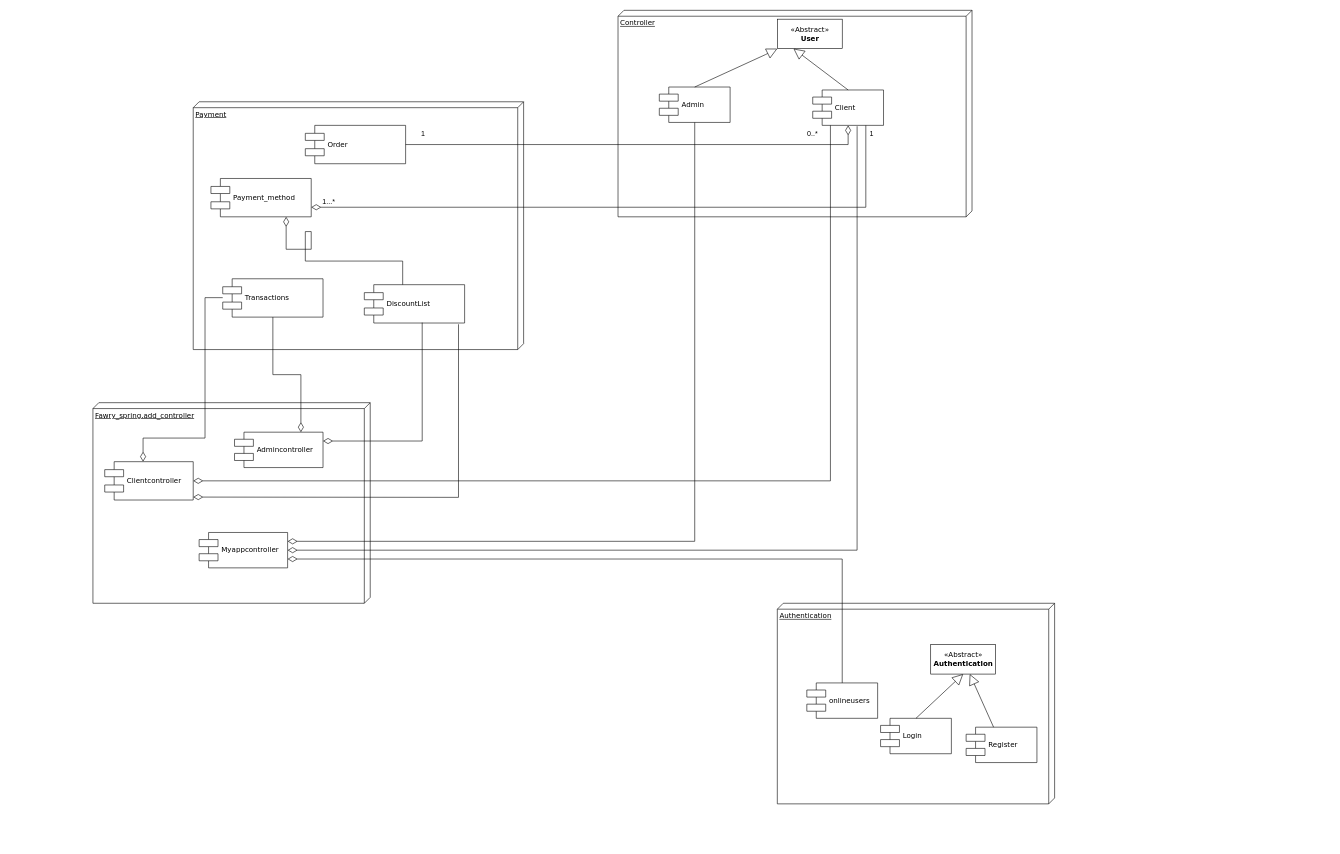
Earlier version of the draw.io diagram Diagrams/subsyestem_diagram/subsystem_diagram.drawio (AbdelrahmanTelabrak/FCAI-Phase2_FawrySystem). Source tidied: cells renumbered, new cells numbered last; positions are measured from the earlier drawing's top-left corner, leaving out a move shared by most shapes. Both pictures are drawn from the tidied source at 59%, with x=0, y=0 at pixel (93, 10).
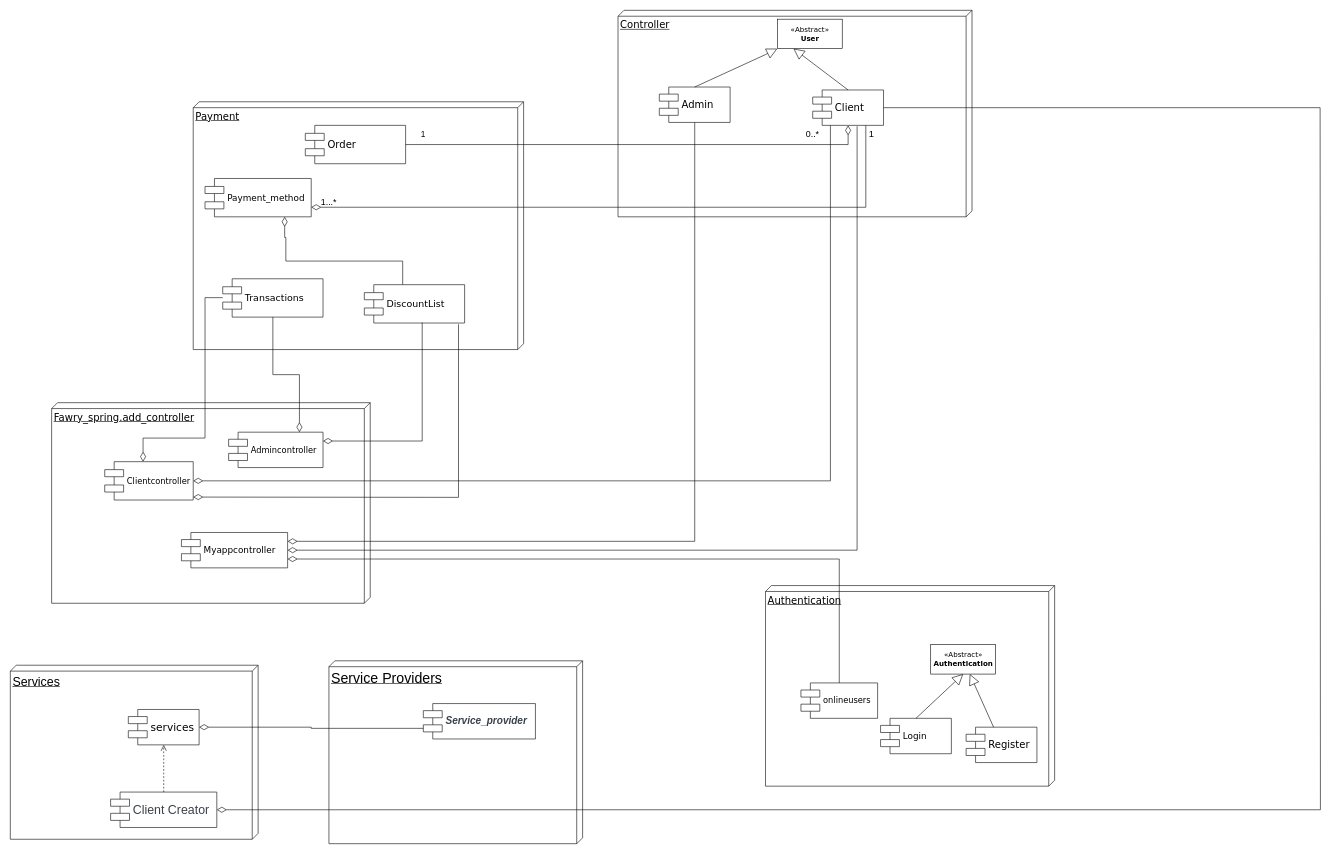
The same page after the edit.

Commit message (it also covers changes not shown here):
handle subsystem diagram

The edit, as a diff of the source:
```diff
@@
-    <mxCell id="2" value="Payment" style="verticalAlign=top;align=left;spacingTop=8;spacingLeft=2;spacingRight=12;shape=cube;size=10;direction=south;fontStyle=4;html=1;rounded=0;shadow=0;comic=0;labelBackgroundColor=none;strokeWidth=1;fontFamily=Verdana;fontSize=12;" parent="1" vertex="1">
+    <mxCell id="2" value="&lt;font style=&quot;font-size: 17px;&quot;&gt;Payment&lt;/font&gt;" style="verticalAlign=top;align=left;spacingTop=8;spacingLeft=2;spacingRight=12;shape=cube;size=10;direction=south;fontStyle=4;html=1;rounded=0;shadow=0;comic=0;labelBackgroundColor=none;strokeWidth=1;fontFamily=Verdana;fontSize=12;" parent="1" vertex="1">
       <mxGeometry x="170" y="155" width="560" height="420" as="geometry" />
     </mxCell>
-    <mxCell id="3" value="Controller" style="verticalAlign=top;align=left;spacingTop=8;spacingLeft=2;spacingRight=12;shape=cube;size=10;direction=south;fontStyle=4;html=1;rounded=0;shadow=0;comic=0;labelBackgroundColor=none;strokeWidth=1;fontFamily=Verdana;fontSize=12;" parent="1" vertex="1">
+    <mxCell id="3" value="&lt;font style=&quot;font-size: 17px;&quot;&gt;Controller&lt;/font&gt;" style="verticalAlign=top;align=left;spacingTop=8;spacingLeft=2;spacingRight=12;shape=cube;size=10;direction=south;fontStyle=4;html=1;rounded=0;shadow=0;comic=0;labelBackgroundColor=none;strokeWidth=1;fontFamily=Verdana;fontSize=12;" parent="1" vertex="1">
       <mxGeometry x="890" width="600" height="350" as="geometry" />
     </mxCell>
-    <mxCell id="4" value="Authentication" style="verticalAlign=top;align=left;spacingTop=8;spacingLeft=2;spacingRight=12;shape=cube;size=10;direction=south;fontStyle=4;html=1;rounded=0;shadow=0;comic=0;labelBackgroundColor=none;strokeWidth=1;fontFamily=Verdana;fontSize=12;" parent="1" vertex="1">
-      <mxGeometry x="1160" y="1005" width="470" height="340" as="geometry" />
+    <mxCell id="4" value="&lt;font style=&quot;font-size: 17px;&quot;&gt;Authentication&lt;/font&gt;" style="verticalAlign=top;align=left;spacingTop=8;spacingLeft=2;spacingRight=12;shape=cube;size=10;direction=south;fontStyle=4;html=1;rounded=0;shadow=0;comic=0;labelBackgroundColor=none;strokeWidth=1;fontFamily=Verdana;fontSize=12;" parent="1" vertex="1">
+      <mxGeometry x="1140" y="975" width="490" height="340" as="geometry" />
     </mxCell>
-    <mxCell id="5" value="Payment_method" style="shape=component;align=left;spacingLeft=36;rounded=0;shadow=0;comic=0;labelBackgroundColor=none;strokeWidth=1;fontFamily=Verdana;fontSize=12;html=1;" parent="1" vertex="1">
-      <mxGeometry x="200" y="285" width="170" height="65" as="geometry" />
+    <mxCell id="5" value="&lt;font style=&quot;font-size: 15px;&quot;&gt;Payment_method&lt;/font&gt;" style="shape=component;align=left;spacingLeft=36;rounded=0;shadow=0;comic=0;labelBackgroundColor=none;strokeWidth=1;fontFamily=Verdana;fontSize=12;html=1;" parent="1" vertex="1">
+      <mxGeometry x="190" y="285" width="180" height="65" as="geometry" />
     </mxCell>
-    <mxCell id="6" value="Admin" style="shape=component;align=left;spacingLeft=36;rounded=0;shadow=0;comic=0;labelBackgroundColor=none;strokeWidth=1;fontFamily=Verdana;fontSize=12;html=1;" parent="1" vertex="1">
+    <mxCell id="6" value="&lt;font style=&quot;font-size: 17px;&quot;&gt;Admin&lt;/font&gt;" style="shape=component;align=left;spacingLeft=36;rounded=0;shadow=0;comic=0;labelBackgroundColor=none;strokeWidth=1;fontFamily=Verdana;fontSize=12;html=1;" parent="1" vertex="1">
       <mxGeometry x="960" y="130" width="120" height="60" as="geometry" />
     </mxCell>
@@
-    <mxCell id="8" value="onlineusers" style="shape=component;align=left;spacingLeft=36;rounded=0;shadow=0;comic=0;labelBackgroundColor=none;strokeWidth=1;fontFamily=Verdana;fontSize=12;html=1;" parent="1" vertex="1">
-      <mxGeometry x="1210" y="1140" width="120" height="60" as="geometry" />
+    <mxCell id="8" value="&lt;font style=&quot;font-size: 14px;&quot;&gt;onlineusers&lt;/font&gt;" style="shape=component;align=left;spacingLeft=36;rounded=0;shadow=0;comic=0;labelBackgroundColor=none;strokeWidth=1;fontFamily=Verdana;fontSize=12;html=1;" parent="1" vertex="1">
+      <mxGeometry x="1200" y="1140" width="130" height="60" as="geometry" />
     </mxCell>
-    <mxCell id="9" value="Client" style="shape=component;align=left;spacingLeft=36;rounded=0;shadow=0;comic=0;labelBackgroundColor=none;strokeWidth=1;fontFamily=Verdana;fontSize=12;html=1;" parent="1" vertex="1">
+    <mxCell id="9" value="&lt;font style=&quot;font-size: 17px;&quot;&gt;Client&lt;/font&gt;" style="shape=component;align=left;spacingLeft=36;rounded=0;shadow=0;comic=0;labelBackgroundColor=none;strokeWidth=1;fontFamily=Verdana;fontSize=12;html=1;" parent="1" vertex="1">
       <mxGeometry x="1220" y="135" width="120" height="60" as="geometry" />
     </mxCell>
@@
-    <mxCell id="12" value="Transactions" style="shape=component;align=left;spacingLeft=36;rounded=0;shadow=0;comic=0;labelBackgroundColor=none;strokeWidth=1;fontFamily=Verdana;fontSize=12;html=1;" parent="1" vertex="1">
+    <mxCell id="12" value="&lt;font style=&quot;font-size: 16px;&quot;&gt;Transactions&lt;/font&gt;" style="shape=component;align=left;spacingLeft=36;rounded=0;shadow=0;comic=0;labelBackgroundColor=none;strokeWidth=1;fontFamily=Verdana;fontSize=12;html=1;" parent="1" vertex="1">
       <mxGeometry x="220" y="455" width="170" height="65" as="geometry" />
     </mxCell>
-    <mxCell id="13" value="Order" style="shape=component;align=left;spacingLeft=36;rounded=0;shadow=0;comic=0;labelBackgroundColor=none;strokeWidth=1;fontFamily=Verdana;fontSize=12;html=1;" parent="1" vertex="1">
+    <mxCell id="13" value="&lt;font style=&quot;font-size: 17px;&quot;&gt;Order&lt;/font&gt;" style="shape=component;align=left;spacingLeft=36;rounded=0;shadow=0;comic=0;labelBackgroundColor=none;strokeWidth=1;fontFamily=Verdana;fontSize=12;html=1;" parent="1" vertex="1">
       <mxGeometry x="360" y="195" width="170" height="65" as="geometry" />
     </mxCell>
-    <mxCell id="14" value="DiscountList" style="shape=component;align=left;spacingLeft=36;rounded=0;shadow=0;comic=0;labelBackgroundColor=none;strokeWidth=1;fontFamily=Verdana;fontSize=12;html=1;" parent="1" vertex="1">
+    <mxCell id="14" value="&lt;font style=&quot;font-size: 16px;&quot;&gt;DiscountList&lt;/font&gt;" style="shape=component;align=left;spacingLeft=36;rounded=0;shadow=0;comic=0;labelBackgroundColor=none;strokeWidth=1;fontFamily=Verdana;fontSize=12;html=1;" parent="1" vertex="1">
       <mxGeometry x="460" y="465" width="170" height="65" as="geometry" />
     </mxCell>
-    <mxCell id="15" value="0..*" style="text;html=1;strokeColor=none;fillColor=none;align=center;verticalAlign=middle;whiteSpace=wrap;rounded=0;" parent="1" vertex="1">
+    <mxCell id="15" value="&lt;font style=&quot;font-size: 15px;&quot;&gt;0..*&lt;/font&gt;" style="text;html=1;strokeColor=none;fillColor=none;align=center;verticalAlign=middle;whiteSpace=wrap;rounded=0;" parent="1" vertex="1">
       <mxGeometry x="1190" y="195" width="60" height="30" as="geometry" />
     </mxCell>
@@
-    <mxCell id="17" value="1" style="text;html=1;strokeColor=none;fillColor=none;align=center;verticalAlign=middle;whiteSpace=wrap;rounded=0;" parent="1" vertex="1">
+    <mxCell id="17" value="&lt;font style=&quot;font-size: 14px;&quot;&gt;1&lt;/font&gt;" style="text;html=1;strokeColor=none;fillColor=none;align=center;verticalAlign=middle;whiteSpace=wrap;rounded=0;" parent="1" vertex="1">
       <mxGeometry x="530" y="195" width="60" height="30" as="geometry" />
     </mxCell>
@@
-    <mxCell id="19" value="1" style="text;html=1;strokeColor=none;fillColor=none;align=center;verticalAlign=middle;whiteSpace=wrap;rounded=0;" parent="1" vertex="1">
+    <mxCell id="19" value="&lt;font style=&quot;font-size: 16px;&quot;&gt;1&lt;/font&gt;" style="text;html=1;strokeColor=none;fillColor=none;align=center;verticalAlign=middle;whiteSpace=wrap;rounded=0;" parent="1" vertex="1">
       <mxGeometry x="1290" y="195" width="60" height="30" as="geometry" />
     </mxCell>
-    <mxCell id="20" value="1...*" style="text;html=1;strokeColor=none;fillColor=none;align=center;verticalAlign=middle;whiteSpace=wrap;rounded=0;" parent="1" vertex="1">
+    <mxCell id="20" value="&lt;font style=&quot;font-size: 15px;&quot;&gt;1...*&lt;/font&gt;" style="text;html=1;strokeColor=none;fillColor=none;align=center;verticalAlign=middle;whiteSpace=wrap;rounded=0;" parent="1" vertex="1">
       <mxGeometry x="370" y="305" width="60" height="40" as="geometry" />
     </mxCell>
@@
-    <mxCell id="22" value="Login" style="shape=component;align=left;spacingLeft=36;rounded=0;shadow=0;comic=0;labelBackgroundColor=none;strokeWidth=1;fontFamily=Verdana;fontSize=12;html=1;" parent="1" vertex="1">
+    <mxCell id="22" value="&lt;font style=&quot;font-size: 15px;&quot;&gt;Login&lt;/font&gt;" style="shape=component;align=left;spacingLeft=36;rounded=0;shadow=0;comic=0;labelBackgroundColor=none;strokeWidth=1;fontFamily=Verdana;fontSize=12;html=1;" parent="1" vertex="1">
       <mxGeometry x="1335" y="1200" width="120" height="60" as="geometry" />
     </mxCell>
-    <mxCell id="23" value="Register" style="shape=component;align=left;spacingLeft=36;rounded=0;shadow=0;comic=0;labelBackgroundColor=none;strokeWidth=1;fontFamily=Verdana;fontSize=12;html=1;" parent="1" vertex="1">
+    <mxCell id="23" value="&lt;font style=&quot;font-size: 17px;&quot;&gt;Register&lt;/font&gt;" style="shape=component;align=left;spacingLeft=36;rounded=0;shadow=0;comic=0;labelBackgroundColor=none;strokeWidth=1;fontFamily=Verdana;fontSize=12;html=1;" parent="1" vertex="1">
       <mxGeometry x="1480" y="1215" width="120" height="60" as="geometry" />
     </mxCell>
@@
-    <mxCell id="26" value="Fawry_spring.add_controller" style="verticalAlign=top;align=left;spacingTop=8;spacingLeft=2;spacingRight=12;shape=cube;size=10;direction=south;fontStyle=4;html=1;rounded=0;shadow=0;comic=0;labelBackgroundColor=none;strokeWidth=1;fontFamily=Verdana;fontSize=12;" parent="1" vertex="1">
-      <mxGeometry y="665" width="470" height="340" as="geometry" />
+    <mxCell id="26" value="&lt;font style=&quot;font-size: 17px;&quot;&gt;Fawry_spring.add_controller&lt;/font&gt;" style="verticalAlign=top;align=left;spacingTop=8;spacingLeft=2;spacingRight=12;shape=cube;size=10;direction=south;fontStyle=4;html=1;rounded=0;shadow=0;comic=0;labelBackgroundColor=none;strokeWidth=1;fontFamily=Verdana;fontSize=12;" parent="1" vertex="1">
+      <mxGeometry x="-70" y="665" width="540" height="340" as="geometry" />
     </mxCell>
-    <mxCell id="27" value="Clientcontroller" style="shape=component;align=left;spacingLeft=36;rounded=0;shadow=0;comic=0;labelBackgroundColor=none;strokeWidth=1;fontFamily=Verdana;fontSize=12;html=1;" parent="1" vertex="1">
+    <mxCell id="27" value="&lt;font style=&quot;font-size: 14px;&quot;&gt;Clientcontroller&lt;/font&gt;" style="shape=component;align=left;spacingLeft=36;rounded=0;shadow=0;comic=0;labelBackgroundColor=none;strokeWidth=1;fontFamily=Verdana;fontSize=12;html=1;" parent="1" vertex="1">
       <mxGeometry x="20" y="765" width="150" height="65" as="geometry" />
     </mxCell>
-    <mxCell id="28" value="Admincontroller" style="shape=component;align=left;spacingLeft=36;rounded=0;shadow=0;comic=0;labelBackgroundColor=none;strokeWidth=1;fontFamily=Verdana;fontSize=12;html=1;" parent="1" vertex="1">
-      <mxGeometry x="240" y="715" width="150" height="60" as="geometry" />
+    <mxCell id="28" value="&lt;font style=&quot;font-size: 14px;&quot;&gt;Admincontroller&lt;/font&gt;" style="shape=component;align=left;spacingLeft=36;rounded=0;shadow=0;comic=0;labelBackgroundColor=none;strokeWidth=1;fontFamily=Verdana;fontSize=12;html=1;" parent="1" vertex="1">
+      <mxGeometry x="230" y="715" width="160" height="60" as="geometry" />
     </mxCell>
-    <mxCell id="29" value="Myappcontroller" style="shape=component;align=left;spacingLeft=36;rounded=0;shadow=0;comic=0;labelBackgroundColor=none;strokeWidth=1;fontFamily=Verdana;fontSize=12;html=1;" parent="1" vertex="1">
-      <mxGeometry x="180" y="885" width="150" height="60" as="geometry" />
+    <mxCell id="29" value="&lt;font style=&quot;font-size: 15px;&quot;&gt;Myappcontroller&lt;/font&gt;" style="shape=component;align=left;spacingLeft=36;rounded=0;shadow=0;comic=0;labelBackgroundColor=none;strokeWidth=1;fontFamily=Verdana;fontSize=12;html=1;" parent="1" vertex="1">
+      <mxGeometry x="150" y="885" width="180" height="60" as="geometry" />
     </mxCell>
@@
     <mxCell id="36" style="endArrow=none;html=1;endSize=12;startArrow=diamondThin;startSize=14;startFill=0;edgeStyle=orthogonalEdgeStyle;align=left;verticalAlign=bottom;rounded=0;exitX=0.75;exitY=1;exitDx=0;exitDy=0;" parent="1" edge="1" source="5" target="14">
       <mxGeometry x="-1" y="3" relative="1" as="geometry">
         <Array as="points">
-          <mxPoint x="327" y="405" />
-          <mxPoint x="370" y="405" />
-          <mxPoint x="370" y="375" />
-          <mxPoint x="360" y="375" />
-          <mxPoint x="360" y="425" />
+          <mxPoint x="325" y="385" />
+          <mxPoint x="327" y="385" />
+          <mxPoint x="327" y="425" />
           <mxPoint x="525" y="425" />
         </Array>
       </mxGeometry>
     </mxCell>
@@
+    <mxCell id="39" value="&lt;span style=&quot;font-family: Helvetica; font-size: 21px; text-align: center;&quot;&gt;Services&lt;/span&gt;" style="verticalAlign=top;align=left;spacingTop=8;spacingLeft=2;spacingRight=12;shape=cube;size=10;direction=south;fontStyle=4;html=1;rounded=0;shadow=0;comic=0;labelBackgroundColor=none;strokeWidth=1;fontFamily=Verdana;fontSize=12;" parent="1" vertex="1">
+      <mxGeometry x="-140" y="1110" width="420" height="295" as="geometry" />
+    </mxCell>
+    <mxCell id="40" value="&lt;font style=&quot;font-size: 18px;&quot;&gt;services&lt;/font&gt;" style="shape=component;align=left;spacingLeft=36;rounded=0;shadow=0;comic=0;labelBackgroundColor=none;strokeWidth=1;fontFamily=Verdana;fontSize=12;html=1;" parent="1" vertex="1">
+      <mxGeometry x="60" y="1185" width="120" height="60" as="geometry" />
+    </mxCell>
+    <mxCell id="41" value="&lt;span style=&quot;font-family: Helvetica; font-size: 24px; text-align: center;&quot;&gt;Service Providers&lt;/span&gt;" style="verticalAlign=top;align=left;spacingTop=8;spacingLeft=2;spacingRight=12;shape=cube;size=10;direction=south;fontStyle=4;html=1;rounded=0;shadow=0;comic=0;labelBackgroundColor=none;strokeWidth=1;fontFamily=Verdana;fontSize=12;" parent="1" vertex="1">
+      <mxGeometry x="400" y="1102.5" width="430" height="310" as="geometry" />
+    </mxCell>
+    <mxCell id="42" value="&lt;span style=&quot;color: rgb(58, 65, 74); font-family: Helvetica; font-size: 17px; font-style: italic; font-weight: 700; text-align: center;&quot;&gt;Service_provider&lt;/span&gt;" style="shape=component;align=left;spacingLeft=36;rounded=0;shadow=0;comic=0;labelBackgroundColor=none;strokeWidth=1;fontFamily=Verdana;fontSize=12;html=1;" parent="1" vertex="1">
+      <mxGeometry x="560" y="1175" width="190" height="60" as="geometry" />
+    </mxCell>
+    <mxCell id="43" style="endArrow=none;html=1;endSize=12;startArrow=diamondThin;startSize=14;startFill=0;edgeStyle=orthogonalEdgeStyle;align=left;verticalAlign=bottom;rounded=0;exitX=1;exitY=0.5;exitDx=0;exitDy=0;entryX=0;entryY=0.7;entryDx=0;entryDy=0;" parent="1" edge="1" source="40" target="42">
+      <mxGeometry x="-1" y="3" relative="1" as="geometry" />
+    </mxCell>
+    <mxCell id="44" value="&lt;span style=&quot;color: rgb(58, 65, 74); font-family: Helvetica; text-align: center;&quot;&gt;&lt;font style=&quot;font-size: 21px;&quot;&gt;Client Creator&lt;/font&gt;&lt;/span&gt;" style="shape=component;align=left;spacingLeft=36;rounded=0;shadow=0;comic=0;labelBackgroundColor=none;strokeWidth=1;fontFamily=Verdana;fontSize=12;html=1;" parent="1" vertex="1">
+      <mxGeometry x="30" y="1325" width="180" height="60" as="geometry" />
+    </mxCell>
+    <mxCell id="45" style="endArrow=none;html=1;endSize=12;startArrow=diamondThin;startSize=14;startFill=0;edgeStyle=orthogonalEdgeStyle;align=left;verticalAlign=bottom;rounded=0;exitX=1;exitY=0.5;exitDx=0;exitDy=0;" parent="1" edge="1" source="44">
+      <mxGeometry x="-1" y="3" relative="1" as="geometry">
+        <mxPoint x="2080" y="165" as="targetPoint" />
+      </mxGeometry>
+    </mxCell>
+    <mxCell id="46" style="endArrow=none;html=1;rounded=0;fontSize=21;exitX=1;exitY=0.5;exitDx=0;exitDy=0;" parent="1" edge="1" source="9">
+      <mxGeometry relative="1" as="geometry">
+        <mxPoint x="2080" y="165" as="targetPoint" />
+      </mxGeometry>
+    </mxCell>
+    <mxCell id="47" style="html=1;verticalAlign=bottom;endArrow=open;dashed=1;endSize=8;rounded=0;fontSize=16;exitX=0.5;exitY=0;exitDx=0;exitDy=0;" parent="1" edge="1" source="44" target="40">
+      <mxGeometry relative="1" as="geometry" />
+    </mxCell>
```
